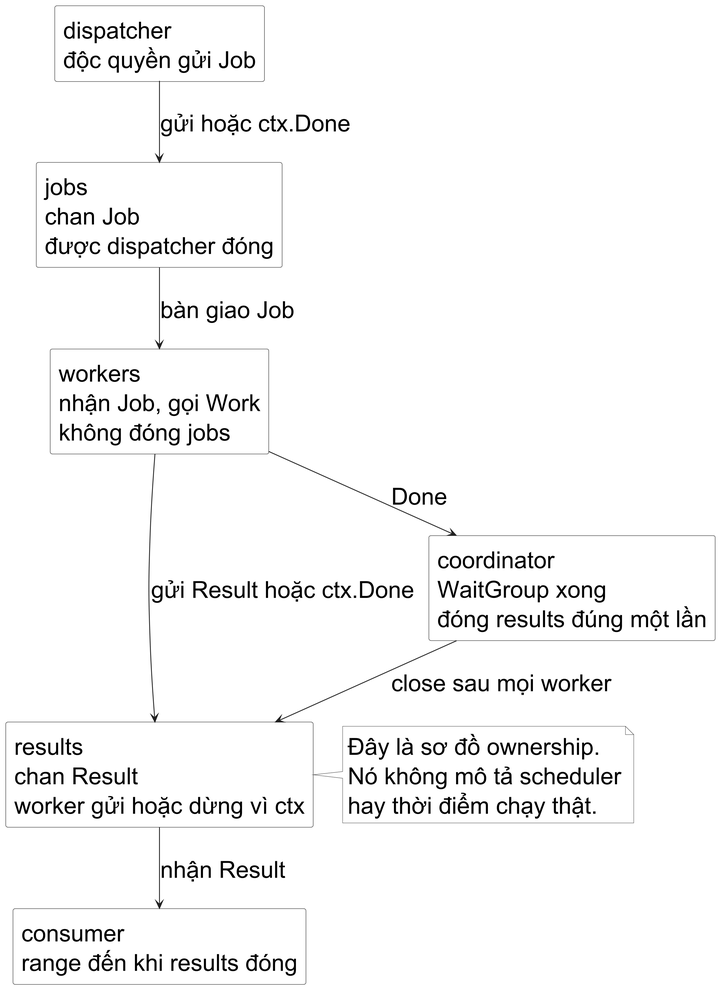
Earlier version of the PlantUML export assets/diagrams/channel-work-lifecycle.png (Minhlike/Golang).
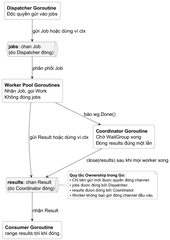
Later version of the same file.

Diff of the diagram source:
```diff
@@ -1,39 +1,47 @@
 @startuml
-skinparamlocked dpi 300
 skinparam backgroundColor #FFFFFF
 skinparam defaultFontName "Source Sans 3"
-skinparam defaultFontSize 28
+skinparam defaultFontSize 18
 skinparam shadowing false
+skinparam queue {
+  BackgroundColor #F4F4F4
+  BorderColor #222222
+  FontColor #000000
+}
 skinparam rectangle {
   BackgroundColor #FFFFFF
   BorderColor #222222
   FontColor #000000
+  RoundCorner 8
 }
 skinparam note {
   BackgroundColor #FFFFFF
   BorderColor #555555
   FontColor #000000
+  FontSize 15
 }
 skinparam ArrowColor #222222
 top to bottom direction
 
-rectangle "dispatcher\nđộc quyền gửi Job" as dispatcher
-rectangle "jobs\nchan Job\nđược dispatcher đóng" as jobs
-rectangle "workers\nnhận Job, gọi Work\nkhông đóng jobs" as workers
-rectangle "coordinator\nWaitGroup xong\nđóng results đúng một lần" as coordinator
-rectangle "results\nchan Result\nworker gửi hoặc dừng vì ctx" as results
-rectangle "consumer\nrange đến khi results đóng" as consumer
+rectangle "<b>Dispatcher Goroutine</b>\nĐộc quyền gửi vào jobs" as dispatcher
+queue "<b>jobs</b>: chan Job\n(do Dispatcher đóng)" as jobs
+rectangle "<b>Worker Pool Goroutines</b>\nNhận Job, gọi Work\nKhông đóng jobs" as workers
+rectangle "<b>Coordinator Goroutine</b>\nChờ WaitGroup xong\nĐóng results đúng một lần" as coordinator
+queue "<b>results</b>: chan Result\n(do Coordinator đóng)" as results
+rectangle "<b>Consumer Goroutine</b>\nrange results tới khi đóng" as consumer
 
-dispatcher -down-> jobs : gửi hoặc ctx.Done
-jobs -down-> workers : bàn giao Job
-workers -down-> coordinator : Done
-workers -down-> results : gửi Result hoặc ctx.Done
-coordinator -down-> results : close sau mọi worker
+dispatcher -down-> jobs : gửi Job hoặc dừng vì ctx
+jobs -down-> workers : phân phối Job
+workers -down-> coordinator : báo wg.Done()
+workers -down-> results : gửi Result hoặc dừng vì ctx
+coordinator -down-> results : close(results) sau khi mọi worker xong
 results -down-> consumer : nhận Result
 
 note right of results
-Đây là sơ đồ ownership.
-Nó không mô tả scheduler
-hay thời điểm chạy thật.
+  <b>Quy tắc Ownership trong Go:</b>
+  • Chỉ bên gửi mới được quyền đóng channel.
+  • jobs được đóng bởi Dispatcher.
+  • results được đóng bởi Coordinator.
+  • Worker không bao giờ đóng channel đầu vào.
 end note
 @enduml
```
